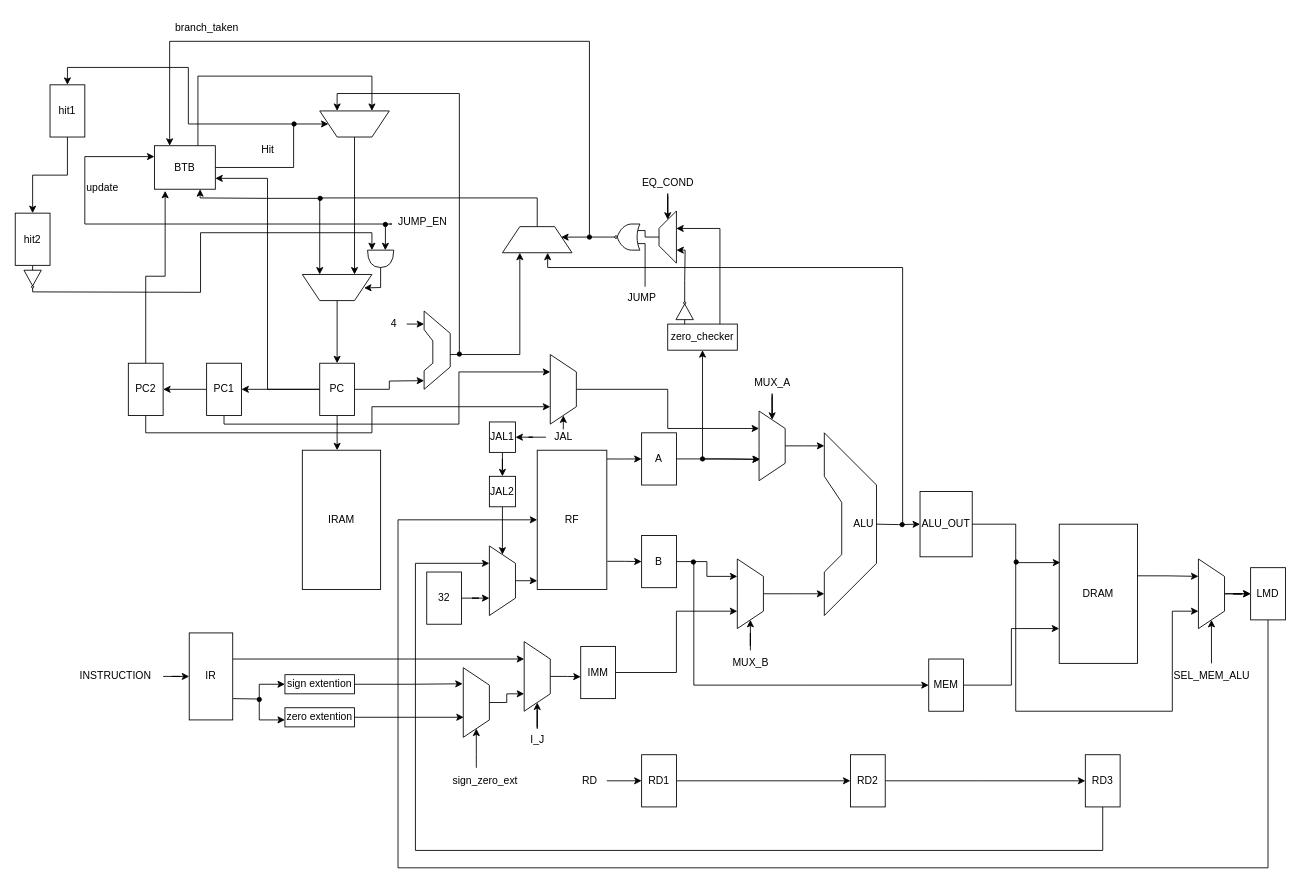
Luca-002/dlx keeps this draw.io diagram as dlx.drawio. Above is the earlier version. Source tidied: cells renumbered, new cells numbered last; positions are measured from the earlier drawing's top-left corner, leaving out a move shared by most shapes. Both pictures are drawn from the tidied source at 87%, with x=0, y=0 at pixel (15, 15).
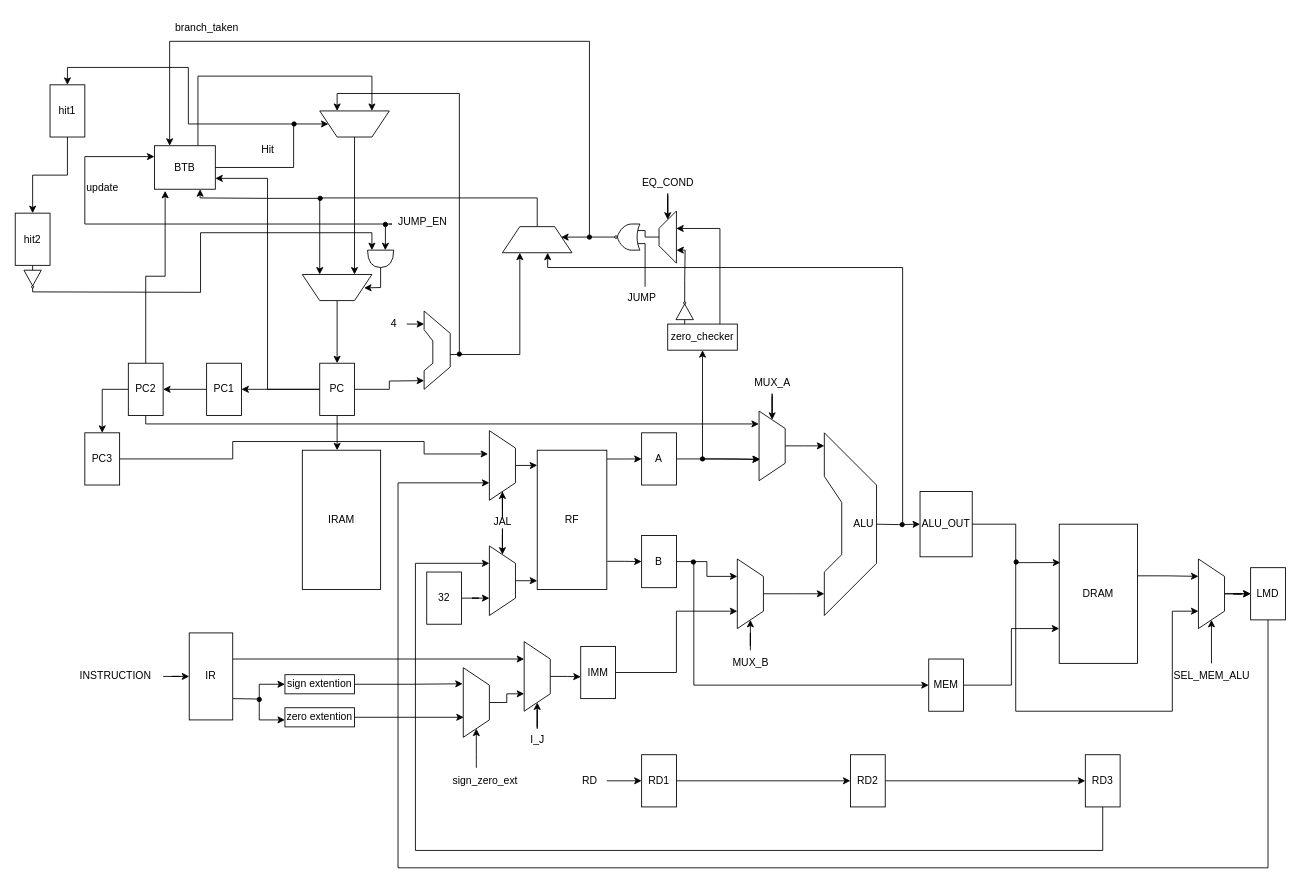
The same page after the edit.

Unchanged cells that the change refers to:
```xml
<mxCell id="5" value="RF" style="whiteSpace=wrap;html=1;" parent="1" vertex="1">
  <mxGeometry x="600" y="500" width="80" height="160" as="geometry" />
</mxCell>
<mxCell id="58" value="LMD" style="whiteSpace=wrap;html=1;" parent="1" vertex="1">
  <mxGeometry x="1420" y="635" width="40" height="60" as="geometry" />
</mxCell>
<mxCell id="72" style="shape=trapezoid;perimeter=trapezoidPerimeter;whiteSpace=wrap;html=1;fixedSize=1;rotation=90;" parent="1" vertex="1">
  <mxGeometry x="830" y="480" width="80" height="30" as="geometry" />
</mxCell>
<mxCell id="108" value="PC1" style="whiteSpace=wrap;html=1;" parent="1" vertex="1">
  <mxGeometry x="220" y="400" width="40" height="60" as="geometry" />
</mxCell>
<mxCell id="110" value="PC2" style="whiteSpace=wrap;html=1;" parent="1" vertex="1">
  <mxGeometry x="130" y="400" width="40" height="60" as="geometry" />
</mxCell>
<mxCell id="148" style="shape=trapezoid;perimeter=trapezoidPerimeter;whiteSpace=wrap;html=1;fixedSize=1;rotation=90;" parent="1" vertex="1">
  <mxGeometry x="520" y="635" width="80" height="30" as="geometry" />
</mxCell>
```

The edit, as a diff of the source:
```diff
@@
-    <mxCell id="57" style="edgeStyle=orthogonalEdgeStyle;rounded=0;jettySize=auto;html=1;entryX=0;entryY=0.5;entryDx=0;entryDy=0;" parent="1" edge="1" source="58" target="5">
+    <mxCell id="57" style="edgeStyle=orthogonalEdgeStyle;rounded=0;jettySize=auto;html=1;entryX=0.75;entryY=1;entryDx=0;entryDy=0;" parent="1" edge="1" source="58" target="165">
       <mxGeometry relative="1" as="geometry">
         <Array as="points">
           <mxPoint x="1440" y="980" />
           <mxPoint x="440" y="980" />
-          <mxPoint x="440" y="580" />
+          <mxPoint x="440" y="538" />
+          <mxPoint x="545" y="538" />
         </Array>
       </mxGeometry>
     </mxCell>
@@
-    <mxCell id="107" style="edgeStyle=orthogonalEdgeStyle;rounded=0;jettySize=auto;html=1;entryX=0.25;entryY=1;entryDx=0;entryDy=0;" parent="1" edge="1" source="108" target="151">
-      <mxGeometry relative="1" as="geometry">
-        <Array as="points">
-          <mxPoint x="240" y="470" />
-          <mxPoint x="510" y="470" />
-          <mxPoint x="510" y="410" />
-        </Array>
-      </mxGeometry>
-    </mxCell>
@@
-    <mxCell id="109" style="edgeStyle=orthogonalEdgeStyle;rounded=0;jettySize=auto;html=1;entryX=0.75;entryY=1;entryDx=0;entryDy=0;" parent="1" edge="1" source="110" target="151">
+    <mxCell id="109" style="edgeStyle=orthogonalEdgeStyle;rounded=0;jettySize=auto;html=1;entryX=0.185;entryY=1.008;entryDx=0;entryDy=0;entryPerimeter=0;" parent="1" edge="1" source="110" target="72">
       <mxGeometry relative="1" as="geometry">
         <Array as="points">
-          <mxPoint x="150" y="480" />
-          <mxPoint x="410" y="480" />
-          <mxPoint x="410" y="450" />
+          <mxPoint x="150" y="470" />
+          <mxPoint x="855" y="470" />
         </Array>
       </mxGeometry>
     </mxCell>
+    <mxCell id="159" style="edgeStyle=orthogonalEdgeStyle;rounded=0;jettySize=auto;html=1;entryX=0.5;entryY=0;entryDx=0;entryDy=0;" parent="1" edge="1" source="110" target="162">
+      <mxGeometry relative="1" as="geometry" />
+    </mxCell>
@@
-    <mxCell id="150" style="edgeStyle=orthogonalEdgeStyle;rounded=0;jettySize=auto;html=1;entryX=0.25;entryY=1;entryDx=0;entryDy=0;" parent="1" edge="1" source="151" target="72">
-      <mxGeometry relative="1" as="geometry" />
-    </mxCell>
-    <mxCell id="151" style="shape=trapezoid;perimeter=trapezoidPerimeter;whiteSpace=wrap;html=1;fixedSize=1;rotation=90;" parent="1" vertex="1">
-      <mxGeometry x="590" y="415" width="80" height="30" as="geometry" />
-    </mxCell>
-    <mxCell id="152" style="edgeStyle=orthogonalEdgeStyle;rounded=0;jettySize=auto;html=1;entryX=1;entryY=0.5;entryDx=0;entryDy=0;" parent="1" edge="1" target="151">
-      <mxGeometry relative="1" as="geometry">
-        <mxPoint x="630" y="476" as="sourcePoint" />
-      </mxGeometry>
-    </mxCell>
-    <mxCell id="153" style="edgeStyle=orthogonalEdgeStyle;rounded=0;jettySize=auto;html=1;entryX=1;entryY=0.5;entryDx=0;entryDy=0;" parent="1" edge="1" source="154" target="156">
-      <mxGeometry relative="1" as="geometry" />
-    </mxCell>
+    <mxCell id="160" style="edgeStyle=orthogonalEdgeStyle;rounded=0;jettySize=auto;html=1;entryX=0;entryY=0.5;entryDx=0;entryDy=0;" parent="1" edge="1" source="154" target="148">
+      <mxGeometry relative="1" as="geometry" />
+    </mxCell>
+    <mxCell id="161" style="edgeStyle=orthogonalEdgeStyle;rounded=0;jettySize=auto;html=1;entryX=1;entryY=0.5;entryDx=0;entryDy=0;" parent="1" edge="1" source="154" target="165">
+      <mxGeometry relative="1" as="geometry" />
+    </mxCell>
     <mxCell id="154" value="JAL" style="text;html=1;align=center;verticalAlign=middle;points=[];strokeColor=none;fillColor=none;" parent="1" vertex="1">
-      <mxGeometry x="610" y="470" width="40" height="30" as="geometry" />
+      <mxGeometry x="540" y="567.5" width="40" height="30" as="geometry" />
     </mxCell>
-    <mxCell id="155" style="edgeStyle=orthogonalEdgeStyle;rounded=0;jettySize=auto;html=1;" parent="1" edge="1" source="156" target="158">
-      <mxGeometry relative="1" as="geometry" />
-    </mxCell>
-    <mxCell id="156" value="JAL1" style="whiteSpace=wrap;html=1;" parent="1" vertex="1">
-      <mxGeometry x="545" y="467.5" width="30" height="35" as="geometry" />
-    </mxCell>
-    <mxCell id="157" style="edgeStyle=orthogonalEdgeStyle;rounded=0;jettySize=auto;html=1;entryX=0;entryY=0.5;entryDx=0;entryDy=0;" parent="1" edge="1" source="158" target="148">
-      <mxGeometry relative="1" as="geometry" />
-    </mxCell>
-    <mxCell id="158" value="JAL2" style="whiteSpace=wrap;html=1;" parent="1" vertex="1">
-      <mxGeometry x="545" y="530" width="30" height="35" as="geometry" />
-    </mxCell>
+    <mxCell id="162" value="PC3" style="whiteSpace=wrap;html=1;" parent="1" vertex="1">
+      <mxGeometry x="80" y="480" width="40" height="60" as="geometry" />
+    </mxCell>
+    <mxCell id="163" style="edgeStyle=orthogonalEdgeStyle;rounded=0;jettySize=auto;html=1;entryX=0.335;entryY=1.05;entryDx=0;entryDy=0;entryPerimeter=0;exitX=1;exitY=0.5;exitDx=0;exitDy=0;" parent="1" edge="1" source="162" target="165">
+      <mxGeometry relative="1" as="geometry">
+        <Array as="points">
+          <mxPoint x="250" y="510" />
+          <mxPoint x="250" y="490" />
+          <mxPoint x="470" y="490" />
+          <mxPoint x="470" y="504" />
+        </Array>
+      </mxGeometry>
+    </mxCell>
+    <mxCell id="164" style="edgeStyle=orthogonalEdgeStyle;rounded=0;jettySize=auto;html=1;entryX=0;entryY=0.108;entryDx=0;entryDy=0;entryPerimeter=0;" parent="1" edge="1" source="165" target="5">
+      <mxGeometry relative="1" as="geometry" />
+    </mxCell>
+    <mxCell id="165" style="shape=trapezoid;perimeter=trapezoidPerimeter;whiteSpace=wrap;html=1;fixedSize=1;rotation=90;" parent="1" vertex="1">
+      <mxGeometry x="520" y="502.5" width="80" height="30" as="geometry" />
+    </mxCell>
```
